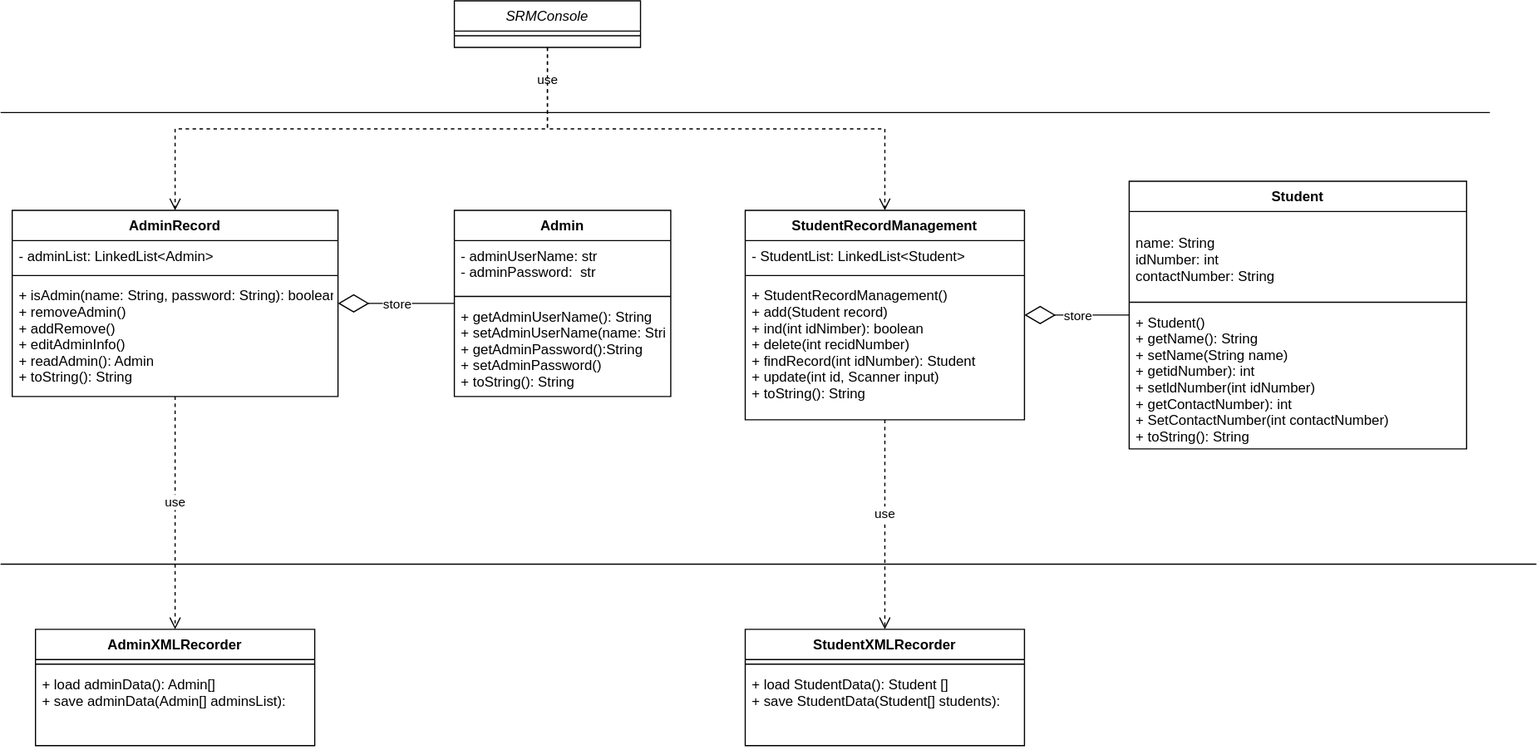
Before: Class Diagram with Admin.svg, a diagram exported from draw.io (ReggieReo/crud-practice). Source tidied: cells renumbered, new cells last; positions are measured from the earlier drawing's top-left corner, leaving out a move shared by most shapes. Source of this version:
```xml
<mxGraphModel>
  <root>
    <mxCell id="0" />
    <mxCell id="1" parent="0" />
    <mxCell id="2" value="SRMConsole" style="swimlane;fontStyle=2;align=center;verticalAlign=top;horizontal=1;startSize=26;rounded=0;shadow=0;strokeWidth=1;" parent="1" vertex="1">
      <mxGeometry x="390" width="160" height="40" as="geometry" />
    </mxCell>
    <mxCell id="3" style="line;html=1;strokeWidth=1;align=left;verticalAlign=middle;spacingTop=-1;spacingLeft=3;spacingRight=3;labelPosition=right;" parent="2" vertex="1">
      <mxGeometry y="26" width="160" height="8" as="geometry" />
    </mxCell>
    <mxCell id="4" value="Admin" style="swimlane;fontStyle=1;align=center;verticalAlign=top;horizontal=1;startSize=26;" parent="1" vertex="1">
      <mxGeometry x="390" y="180" width="186" height="160" as="geometry" />
    </mxCell>
    <mxCell id="5" value="- adminUserName: str&#10;- adminPassword:  str" style="text;strokeColor=none;fillColor=none;align=left;verticalAlign=top;spacingLeft=4;spacingRight=4;overflow=hidden;" parent="4" vertex="1">
      <mxGeometry y="26" width="186" height="44" as="geometry" />
    </mxCell>
    <mxCell id="6" style="line;strokeWidth=1;fillColor=none;align=left;verticalAlign=middle;spacingTop=-1;spacingLeft=3;spacingRight=3;labelPosition=right;strokeColor=inherit;" parent="4" vertex="1">
      <mxGeometry y="70" width="186" height="8" as="geometry" />
    </mxCell>
    <mxCell id="7" value="+ getAdminUserName(): String&#10;+ setAdminUserName(name: String)&#10;+ getAdminPassword():String&#10;+ setAdminPassword()&#10;+ toString(): String&#10;" style="text;strokeColor=none;fillColor=none;align=left;verticalAlign=top;spacingLeft=4;spacingRight=4;overflow=hidden;" parent="4" vertex="1">
      <mxGeometry y="78" width="186" height="82" as="geometry" />
    </mxCell>
    <mxCell id="8" style="endArrow=diamondThin;endFill=0;endSize=24;html=1;rounded=0;" parent="1" edge="1" source="4" target="10">
      <mxGeometry relative="1" as="geometry" />
    </mxCell>
    <mxCell id="9" value="store" style="edgeLabel;html=1;align=center;verticalAlign=middle;" parent="8" vertex="1">
      <mxGeometry x="-0.01" relative="1" as="geometry" />
    </mxCell>
    <mxCell id="10" value="AdminRecord" style="swimlane;fontStyle=1;align=center;verticalAlign=top;horizontal=1;startSize=26;" parent="1" vertex="1">
      <mxGeometry x="10" y="180" width="280" height="160" as="geometry" />
    </mxCell>
    <mxCell id="11" value="- adminList: LinkedList&lt;Admin&gt;" style="text;strokeColor=none;fillColor=none;align=left;verticalAlign=top;spacingLeft=4;spacingRight=4;overflow=hidden;" parent="10" vertex="1">
      <mxGeometry y="26" width="280" height="26" as="geometry" />
    </mxCell>
    <mxCell id="12" style="line;strokeWidth=1;fillColor=none;align=left;verticalAlign=middle;spacingTop=-1;spacingLeft=3;spacingRight=3;labelPosition=right;strokeColor=inherit;" parent="10" vertex="1">
      <mxGeometry y="52" width="280" height="8" as="geometry" />
    </mxCell>
    <mxCell id="13" value="+ isAdmin(name: String, password: String): boolean&#10;+ removeAdmin() &#10;+ addRemove()&#10;+ editAdminInfo()&#10;+ readAdmin(): Admin&#10;+ toString(): String" style="text;strokeColor=none;fillColor=none;align=left;verticalAlign=top;spacingLeft=4;spacingRight=4;overflow=hidden;" parent="10" vertex="1">
      <mxGeometry y="60" width="280" height="100" as="geometry" />
    </mxCell>
    <mxCell id="14" value="use" style="html=1;verticalAlign=bottom;endArrow=open;dashed=1;endSize=8;edgeStyle=elbowEdgeStyle;elbow=vertical;curved=0;rounded=0;" parent="1" edge="1" source="2" target="10">
      <mxGeometry x="-0.84" relative="1" as="geometry" />
    </mxCell>
    <mxCell id="15" style="html=1;verticalAlign=bottom;endArrow=open;dashed=1;endSize=8;edgeStyle=elbowEdgeStyle;elbow=vertical;curved=0;rounded=0;entryX=0.5;entryY=0;entryDx=0;entryDy=0;" parent="1" edge="1" source="2" target="16">
      <mxGeometry relative="1" as="geometry" />
    </mxCell>
    <mxCell id="16" value="StudentRecordManagement" style="swimlane;fontStyle=1;align=center;verticalAlign=top;horizontal=1;startSize=26;" parent="1" vertex="1">
      <mxGeometry x="640" y="180" width="240" height="180" as="geometry" />
    </mxCell>
    <mxCell id="17" value="- StudentList: LinkedList&lt;Student&gt;" style="text;strokeColor=none;fillColor=none;align=left;verticalAlign=top;spacingLeft=4;spacingRight=4;overflow=hidden;" parent="16" vertex="1">
      <mxGeometry y="26" width="240" height="26" as="geometry" />
    </mxCell>
    <mxCell id="18" style="line;strokeWidth=1;fillColor=none;align=left;verticalAlign=middle;spacingTop=-1;spacingLeft=3;spacingRight=3;labelPosition=right;strokeColor=inherit;" parent="16" vertex="1">
      <mxGeometry y="52" width="240" height="8" as="geometry" />
    </mxCell>
    <mxCell id="19" value="+ StudentRecordManagement()&#10;+ add(Student record)&#10;+ ind(int idNimber): boolean&#10;+ delete(int recidNumber)&#10;+ findRecord(int idNumber): Student&#10;+ update(int id, Scanner input)&#10;+ toString(): String" style="text;strokeColor=none;fillColor=none;align=left;verticalAlign=top;spacingLeft=4;spacingRight=4;overflow=hidden;" parent="16" vertex="1">
      <mxGeometry y="60" width="240" height="120" as="geometry" />
    </mxCell>
    <mxCell id="20" value="Student" style="swimlane;fontStyle=1;align=center;verticalAlign=top;horizontal=1;startSize=26;" parent="1" vertex="1">
      <mxGeometry x="970" y="155" width="290" height="230" as="geometry" />
    </mxCell>
    <mxCell id="21" value="&#10;﻿name: String&#10;﻿idNumber: int&#10;﻿contactNumber: String" style="text;strokeColor=none;fillColor=none;align=left;verticalAlign=top;spacingLeft=4;spacingRight=4;overflow=hidden;" parent="20" vertex="1">
      <mxGeometry y="26" width="290" height="74" as="geometry" />
    </mxCell>
    <mxCell id="22" style="line;strokeWidth=1;fillColor=none;align=left;verticalAlign=middle;spacingTop=-1;spacingLeft=3;spacingRight=3;labelPosition=right;strokeColor=inherit;" parent="20" vertex="1">
      <mxGeometry y="100" width="290" height="8" as="geometry" />
    </mxCell>
    <mxCell id="23" value="+ Student()&#10;+ getName(): String&#10;+ setName(String name)&#10;+ getidNumber): int&#10;+ setldNumber(int idNumber)&#10;+ getContactNumber): int&#10;+ SetContactNumber(int contactNumber)&#10;+ toString(): String" style="text;strokeColor=none;fillColor=none;align=left;verticalAlign=top;spacingLeft=4;spacingRight=4;overflow=hidden;" parent="20" vertex="1">
      <mxGeometry y="108" width="290" height="122" as="geometry" />
    </mxCell>
    <mxCell id="24" style="endArrow=diamondThin;endFill=0;endSize=24;html=1;rounded=0;" parent="1" edge="1" source="20" target="16">
      <mxGeometry relative="1" as="geometry" />
    </mxCell>
    <mxCell id="25" value="store" style="edgeLabel;html=1;align=center;verticalAlign=middle;" parent="24" vertex="1">
      <mxGeometry x="-0.01" relative="1" as="geometry" />
    </mxCell>
    <mxCell id="26" style="line;strokeWidth=1;fillColor=none;align=left;verticalAlign=middle;spacingTop=-1;spacingLeft=3;spacingRight=3;labelPosition=right;strokeColor=inherit;" parent="1" vertex="1">
      <mxGeometry y="92" width="1280" height="8" as="geometry" />
    </mxCell>
    <mxCell id="27" style="line;strokeWidth=1;fillColor=none;align=left;verticalAlign=middle;spacingTop=-1;spacingLeft=3;spacingRight=3;labelPosition=right;strokeColor=inherit;" parent="1" vertex="1">
      <mxGeometry y="480" width="1320" height="8" as="geometry" />
    </mxCell>
    <mxCell id="28" value="StudentXMLRecorder" style="swimlane;fontStyle=1;align=center;verticalAlign=top;horizontal=1;startSize=26;" parent="1" vertex="1">
      <mxGeometry x="640" y="540" width="240" height="100" as="geometry" />
    </mxCell>
    <mxCell id="29" style="line;strokeWidth=1;fillColor=none;align=left;verticalAlign=middle;spacingTop=-1;spacingLeft=3;spacingRight=3;labelPosition=right;strokeColor=inherit;" parent="28" vertex="1">
      <mxGeometry y="26" width="240" height="8" as="geometry" />
    </mxCell>
    <mxCell id="30" value="+ load StudentData(): Student []&#10;+ save StudentData(Student[] students):" style="text;strokeColor=none;fillColor=none;align=left;verticalAlign=top;spacingLeft=4;spacingRight=4;overflow=hidden;" parent="28" vertex="1">
      <mxGeometry y="34" width="240" height="66" as="geometry" />
    </mxCell>
    <mxCell id="31" value="AdminXMLRecorder" style="swimlane;fontStyle=1;align=center;verticalAlign=top;horizontal=1;startSize=26;" parent="1" vertex="1">
      <mxGeometry x="30" y="540" width="240" height="100" as="geometry" />
    </mxCell>
    <mxCell id="32" style="line;strokeWidth=1;fillColor=none;align=left;verticalAlign=middle;spacingTop=-1;spacingLeft=3;spacingRight=3;labelPosition=right;strokeColor=inherit;" parent="31" vertex="1">
      <mxGeometry y="26" width="240" height="8" as="geometry" />
    </mxCell>
    <mxCell id="33" value="+ load adminData(): Admin[]&#10;+ save adminData(Admin[] adminsList):" style="text;strokeColor=none;fillColor=none;align=left;verticalAlign=top;spacingLeft=4;spacingRight=4;overflow=hidden;" parent="31" vertex="1">
      <mxGeometry y="34" width="240" height="66" as="geometry" />
    </mxCell>
    <mxCell id="34" value="use" style="html=1;verticalAlign=bottom;endArrow=open;dashed=1;endSize=8;edgeStyle=elbowEdgeStyle;elbow=vertical;curved=0;rounded=0;" parent="1" edge="1" source="10" target="31">
      <mxGeometry relative="1" as="geometry" />
    </mxCell>
    <mxCell id="35" value="use" style="html=1;verticalAlign=bottom;endArrow=open;dashed=1;endSize=8;edgeStyle=elbowEdgeStyle;elbow=vertical;curved=0;rounded=0;" parent="1" edge="1" source="16" target="28">
      <mxGeometry relative="1" as="geometry" />
    </mxCell>
  </root>
</mxGraphModel>
```
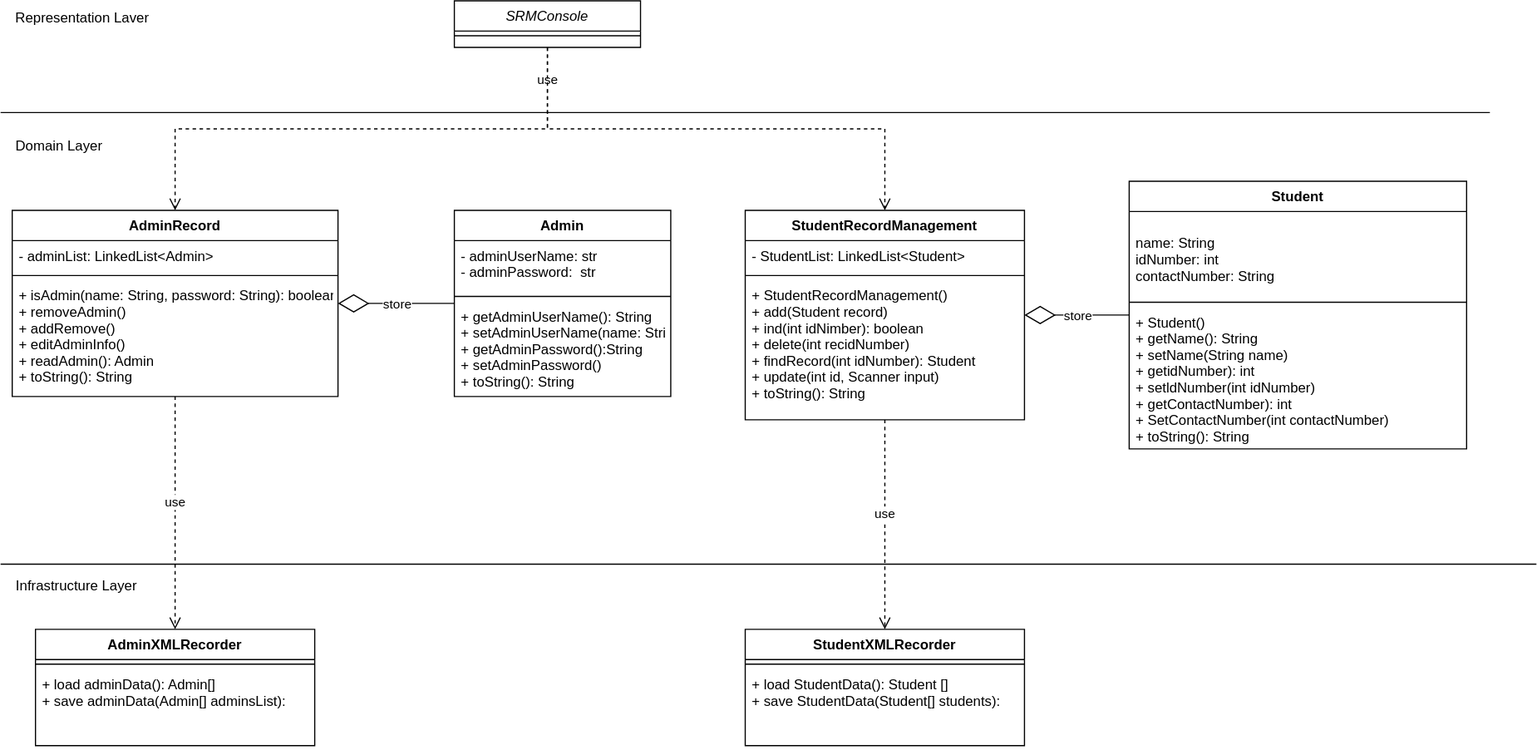
The same file after the commit.

Commit message:
add label to layer structuer

What changed in the source:
```diff
@@ -104,5 +104,14 @@
     <mxCell id="35" value="use" style="html=1;verticalAlign=bottom;endArrow=open;dashed=1;endSize=8;edgeStyle=elbowEdgeStyle;elbow=vertical;curved=0;rounded=0;" parent="1" edge="1" source="16" target="28">
       <mxGeometry relative="1" as="geometry" />
     </mxCell>
+    <mxCell id="36" value="Representation Laver" style="text;html=1;align=center;verticalAlign=middle;strokeColor=none;fillColor=none;" parent="1" vertex="1">
+      <mxGeometry width="140" height="30" as="geometry" />
+    </mxCell>
+    <mxCell id="37" value="Domain Layer" style="text;html=1;align=center;verticalAlign=middle;strokeColor=none;fillColor=none;" parent="1" vertex="1">
+      <mxGeometry y="110" width="100" height="30" as="geometry" />
+    </mxCell>
+    <mxCell id="38" value="Infrastructure Layer" style="text;html=1;align=center;verticalAlign=middle;strokeColor=none;fillColor=none;" parent="1" vertex="1">
+      <mxGeometry y="488" width="130" height="30" as="geometry" />
+    </mxCell>
   </root>
 </mxGraphModel>
```
